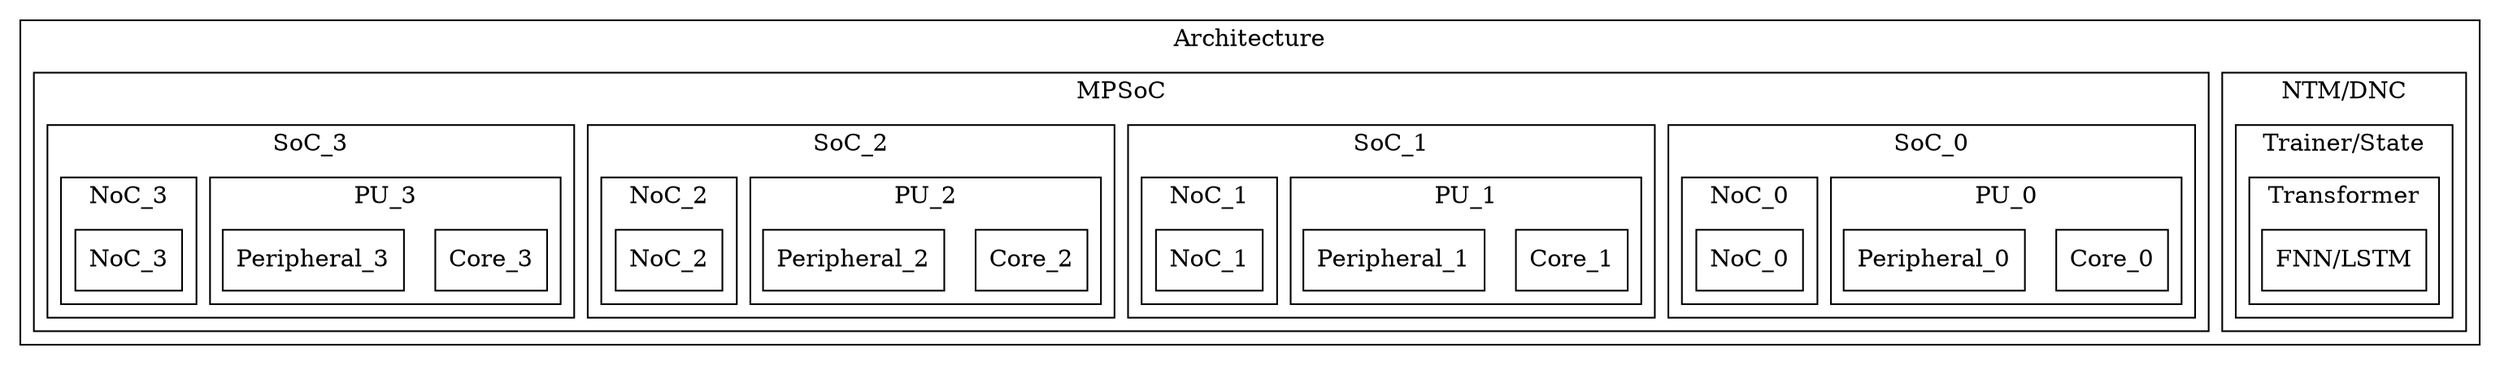
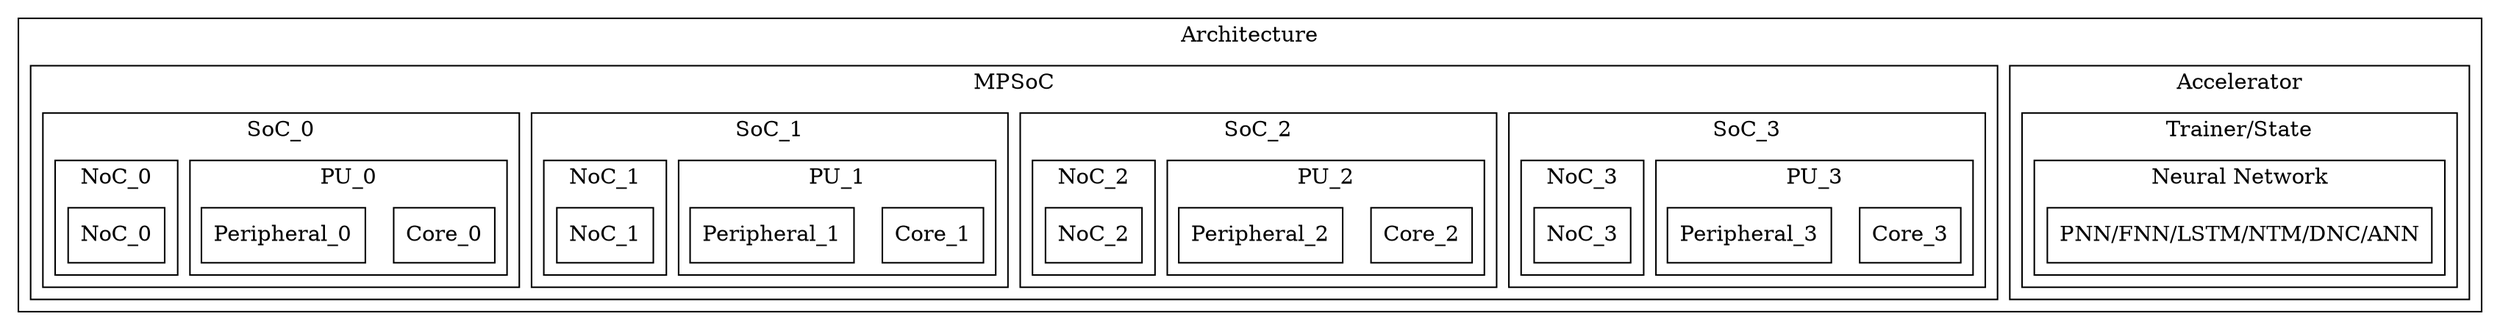
digraph Project {
  // Introduction
  graph [rankdir = TB, splines=ortho];
  node[shape=record];

  // Blocks
  subgraph "cluster Architecture" { label = "Architecture";
-     subgraph "cluster NTMDNC" { label = "NTM/DNC";
+     subgraph "cluster NTMDNC" { label = "Accelerator";
      subgraph "cluster TrainerState" { label = "Trainer/State";
-         subgraph "cluster Transformer" { label = "Transformer";
-           FNNLSTM[shape=box, label="FNN/LSTM"];
+         subgraph "cluster Neural_Network" { label = "Neural Network";
+           NN[shape=box, label="PNN/FNN/LSTM/NTM/DNC/ANN"];
        }
      }
    }
    subgraph "cluster MPSoC" { label = "MPSoC";
-       subgraph "cluster SoC_0" { label = "SoC_0";
-         subgraph "cluster PU_0" { label = "PU_0";
-           Core_0[shape=box, label="Core_0"];
-           Peripheral_0[shape=box, label="Peripheral_0"];
+       subgraph "cluster SoC_3" { label = "SoC_3";
+         subgraph "cluster PU_3" { label = "PU_3";
+           Core_3[shape=box, label="Core_3"];
+           Peripheral_3[shape=box, label="Peripheral_3"];
        }
-         subgraph "cluster NoC_0" { label = "NoC_0";
-           NoC_0[shape=box, label="NoC_0"];
+         subgraph "cluster NoC_3" { label = "NoC_3";
+           NoC_3[shape=box, label="NoC_3"];
+         }
+       }
+       subgraph "cluster SoC_2" { label = "SoC_2";
+         subgraph "cluster PU_2" { label = "PU_2";
+           Core_2[shape=box, label="Core_2"];
+           Peripheral_2[shape=box, label="Peripheral_2"];
+         }
+         subgraph "cluster NoC_2" { label = "NoC_2";
+           NoC_2[shape=box, label="NoC_2"];
        }
      }
      subgraph "cluster SoC_1" { label = "SoC_1";
        subgraph "cluster PU_1" { label = "PU_1";
          Core_1[shape=box, label="Core_1"];
          Peripheral_1[shape=box, label="Peripheral_1"];
        }
        subgraph "cluster NoC_1" { label = "NoC_1";
          NoC_1[shape=box, label="NoC_1"];
        }
      }
-       subgraph "cluster SoC_2" { label = "SoC_2";
-         subgraph "cluster PU_2" { label = "PU_2";
-           Core_2[shape=box, label="Core_2"];
-           Peripheral_2[shape=box, label="Peripheral_2"];
+       subgraph "cluster SoC_0" { label = "SoC_0";
+         subgraph "cluster PU_0" { label = "PU_0";
+           Core_0[shape=box, label="Core_0"];
+           Peripheral_0[shape=box, label="Peripheral_0"];
        }
-         subgraph "cluster NoC_2" { label = "NoC_2";
-           NoC_2[shape=box, label="NoC_2"];
-         }
-       }
-       subgraph "cluster SoC_3" { label = "SoC_3";
-         subgraph "cluster PU_3" { label = "PU_3";
-           Core_3[shape=box, label="Core_3"];
-           Peripheral_3[shape=box, label="Peripheral_3"];
-         }
-         subgraph "cluster NoC_3" { label = "NoC_3";
-           NoC_3[shape=box, label="NoC_3"];
+         subgraph "cluster NoC_0" { label = "NoC_0";
+           NoC_0[shape=box, label="NoC_0"];
        }
      }
    }
  }
}
